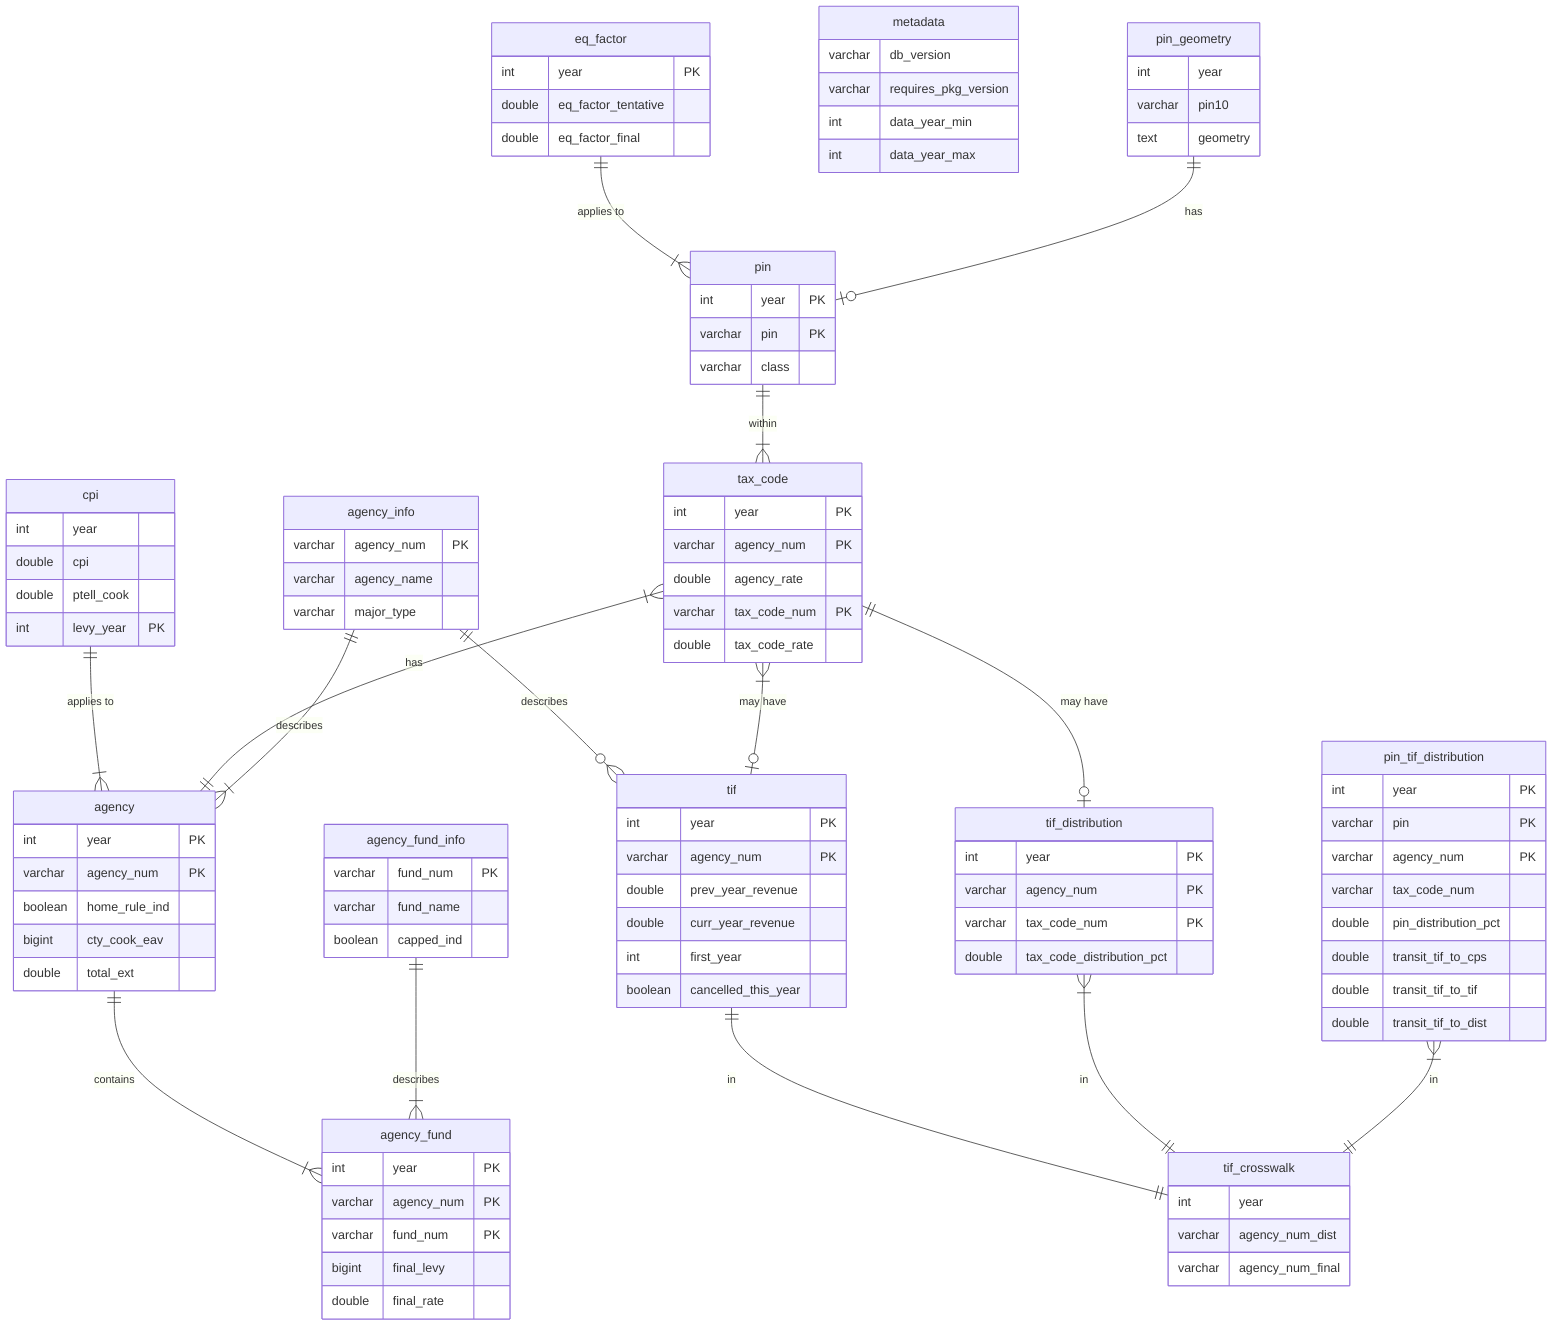
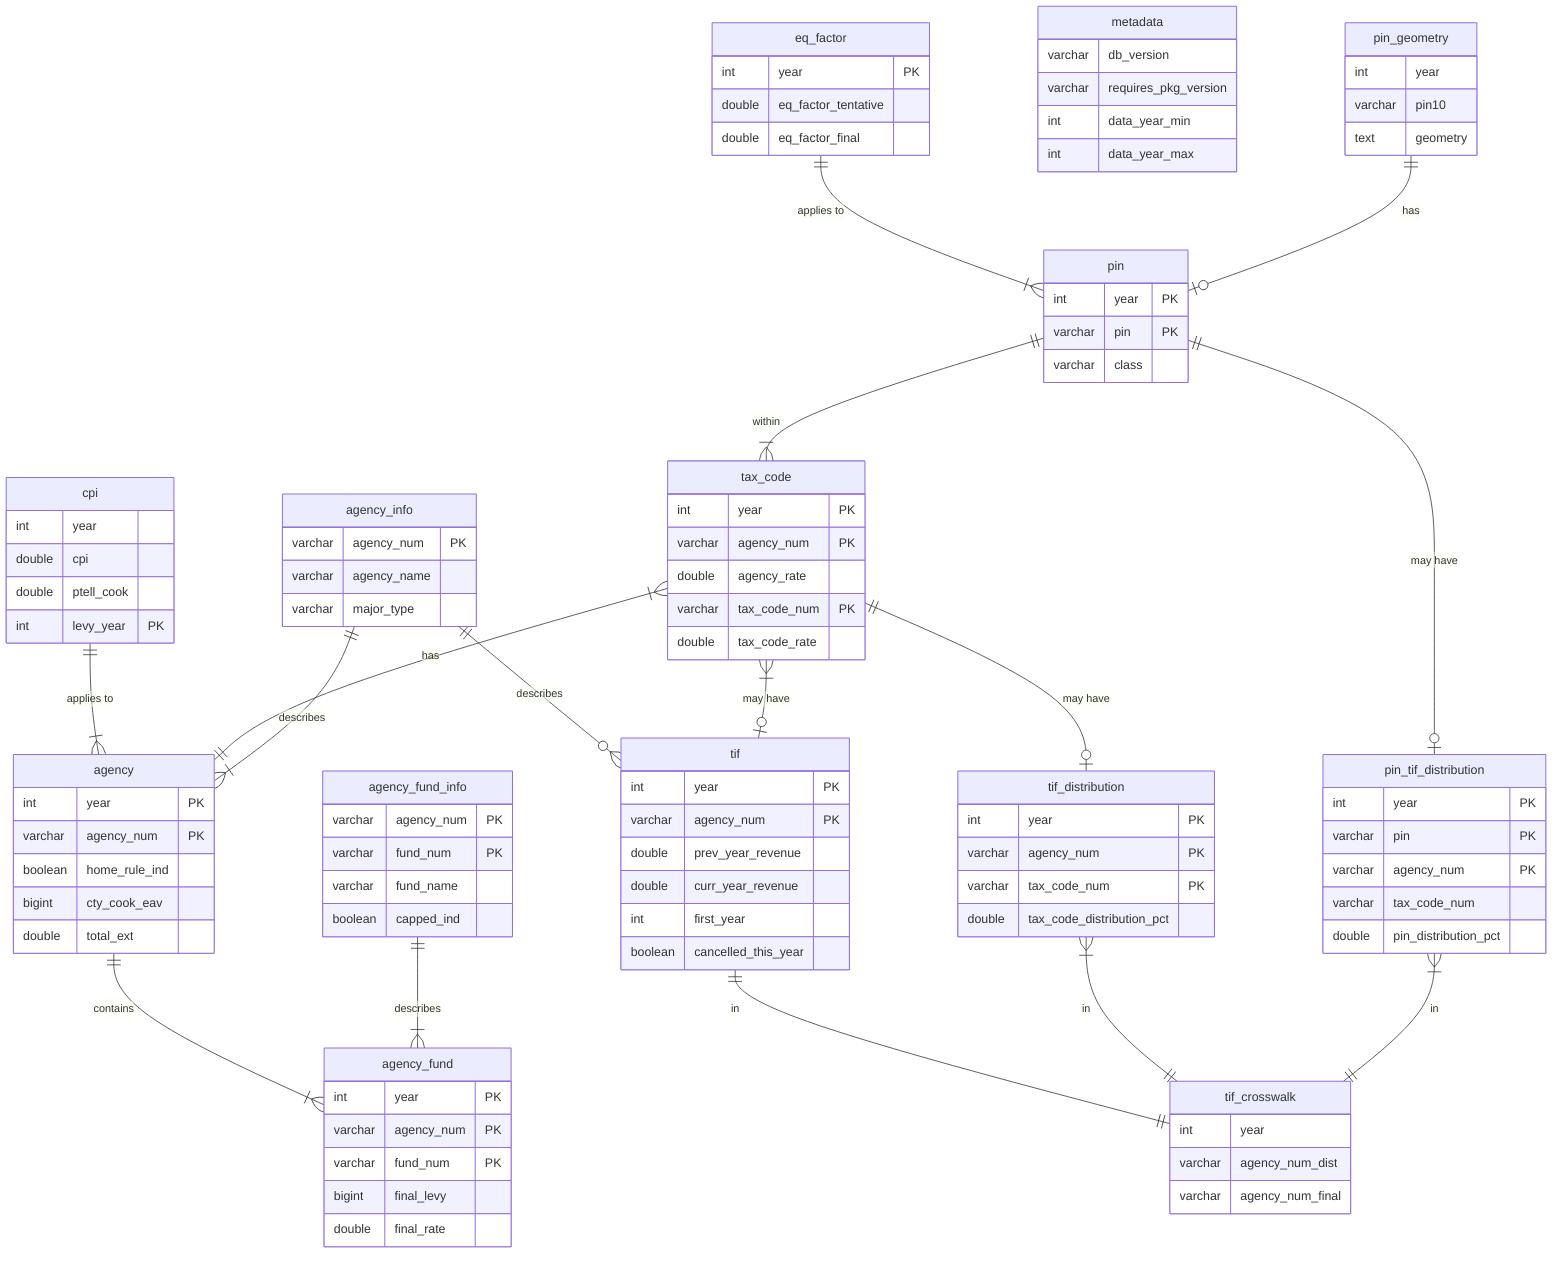
erDiagram

  agency {
    int     year              PK
    varchar agency_num        PK
    boolean home_rule_ind
    bigint  cty_cook_eav
    double  total_ext
  }

  agency_info {
    varchar agency_num         PK
    varchar agency_name
    varchar major_type
  }

  agency_fund {
    int     year               PK
    varchar agency_num         PK
    varchar fund_num           PK
    bigint  final_levy
    double  final_rate
  }

  agency_fund_info {
+     varchar agency_num         PK
    varchar fund_num           PK
    varchar fund_name
    boolean capped_ind
  }

  cpi {
    int     year
    double  cpi
    double  ptell_cook
    int     levy_year          PK
  }

  eq_factor {
    int     year               PK
    double  eq_factor_tentative
    double  eq_factor_final
  }

  metadata {
    varchar db_version
    varchar requires_pkg_version
    int     data_year_min
    int     data_year_max
  }

  pin {
    int     year               PK
    varchar pin                PK
    varchar class
  }

  pin_geometry {
    int     year
    varchar pin10
    text    geometry
  }

  tax_code {
    int     year               PK
    varchar agency_num         PK
    double  agency_rate
    varchar tax_code_num       PK
    double  tax_code_rate
  }

  tif {
    int     year               PK
    varchar agency_num         PK
    double  prev_year_revenue
    double  curr_year_revenue
    int     first_year
    boolean cancelled_this_year
  }

  tif_crosswalk {
    int     year
    varchar agency_num_dist
    varchar agency_num_final
  }

  tif_distribution {
    int     year               PK
    varchar agency_num         PK
    varchar tax_code_num       PK
    double  tax_code_distribution_pct
  }

  pin_tif_distribution {
    int     year               PK
    varchar pin                PK
    varchar agency_num         PK
    varchar tax_code_num
    double  pin_distribution_pct
-     double  transit_tif_to_cps
-     double  transit_tif_to_tif
-     double  transit_tif_to_dist
  }

  eq_factor ||--|{ pin : "applies to"
  pin ||--|{ tax_code : "within"
+   pin ||--o| pin_tif_distribution : "may have"
  cpi ||--|{ agency : "applies to"
  tax_code }|--|| agency : "has"
  tax_code ||--o| tif_distribution : "may have"
  agency ||--|{ agency_fund : "contains"
  agency_info ||--|{ agency : "describes"
  agency_fund_info ||--|{ agency_fund : "describes"
  tif ||--|| tif_crosswalk : "in"
  tif_distribution }|--|| tif_crosswalk : "in"
  pin_tif_distribution }|--|| tif_crosswalk : "in"
  agency_info ||--o{ tif: "describes"
  tax_code }|--o| tif : "may have"
  pin_geometry ||--o| pin : "has"
